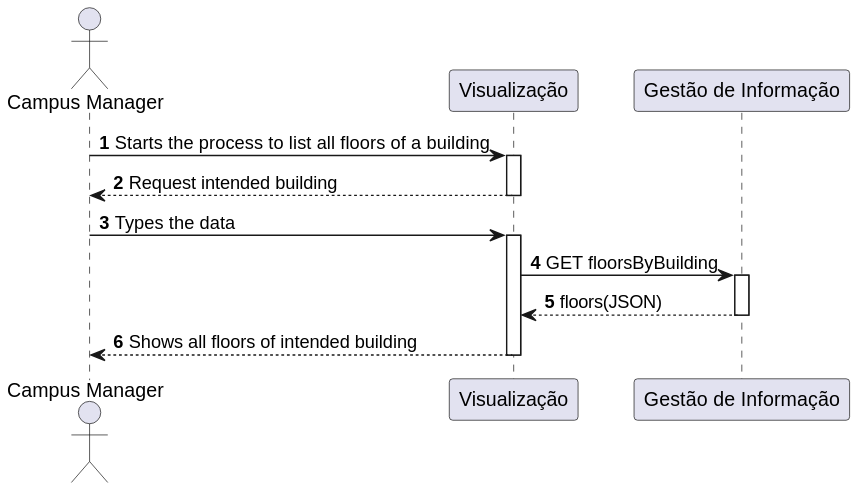
Before: docs/US_210/Diagrams/SequenceDiagramLevel2.svg, a diagram exported from PlantUML (Pedro-Pereira1/sem5pi_23_24_g056). The source it was exported from:
```plantuml
@startuml
autonumber
actor "Campus Manager" as CM
participant Visualização
participant "Gestão de Informação" as GI

CM -> Visualização: Starts the process to list all floors of a building
activate Visualização
Visualização --> CM:  Request intended building
deactivate Visualização

CM -> Visualização: Types the data
activate Visualização

Visualização -> GI: GET floorsByBuilding
activate GI
GI --> Visualização: floors(JSON)
deactivate GI

CM <-- Visualização: Shows all floors of intended building
deactivate Visualização
@enduml
```
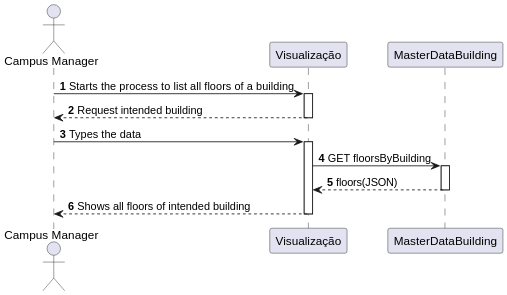
The same diagram one commit later.

Commit message:
Updated documentation, updated Us210 documentation completed until point 4.2 "Class Diagram"

Diff of the diagram source:
```diff
@@ -2,7 +2,7 @@
 autonumber
 actor "Campus Manager" as CM
 participant Visualização
-participant "Gestão de Informação" as GI
+participant "MasterDataBuilding" as GI
 
 CM -> Visualização: Starts the process to list all floors of a building
 activate Visualização
```
